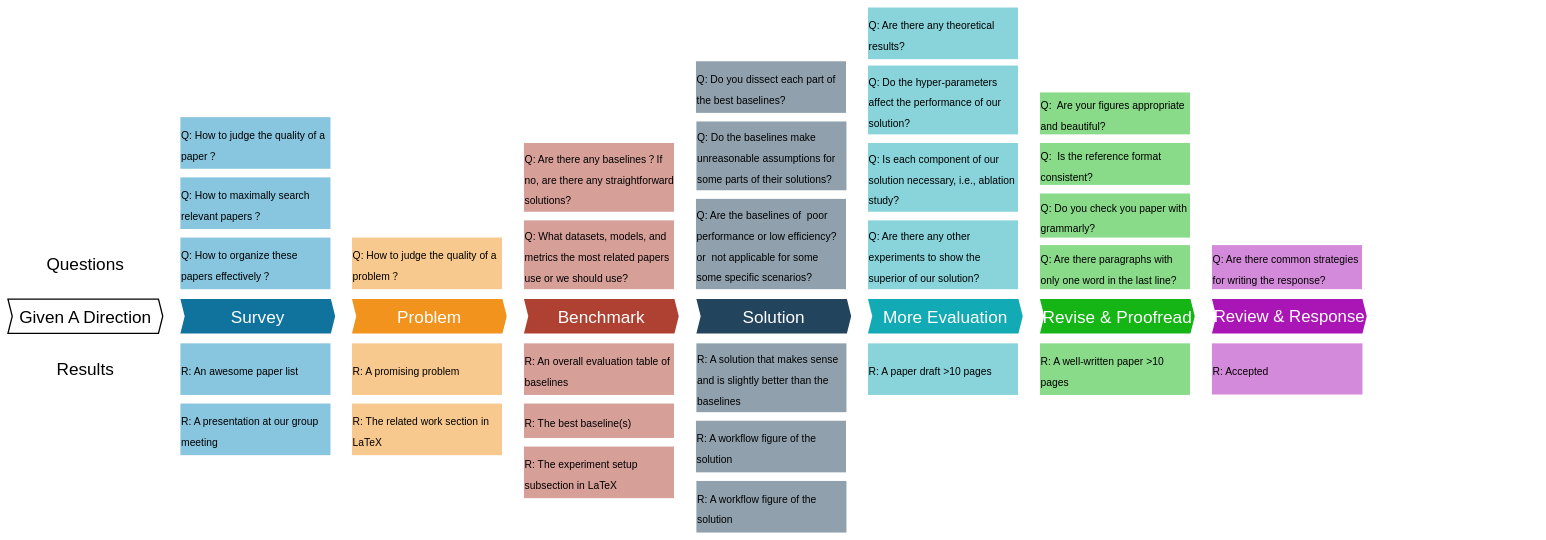
The draw.io diagram images/figure.drawio in csl-cqu/Research-Tutorial, before the edit. Source tidied: cells renumbered, new cells numbered last; positions are measured from the earlier drawing's top-left corner, leaving out a move shared by most shapes. Both pictures are drawn from the tidied source at 43%, with x=0, y=0 at pixel (8, 7).
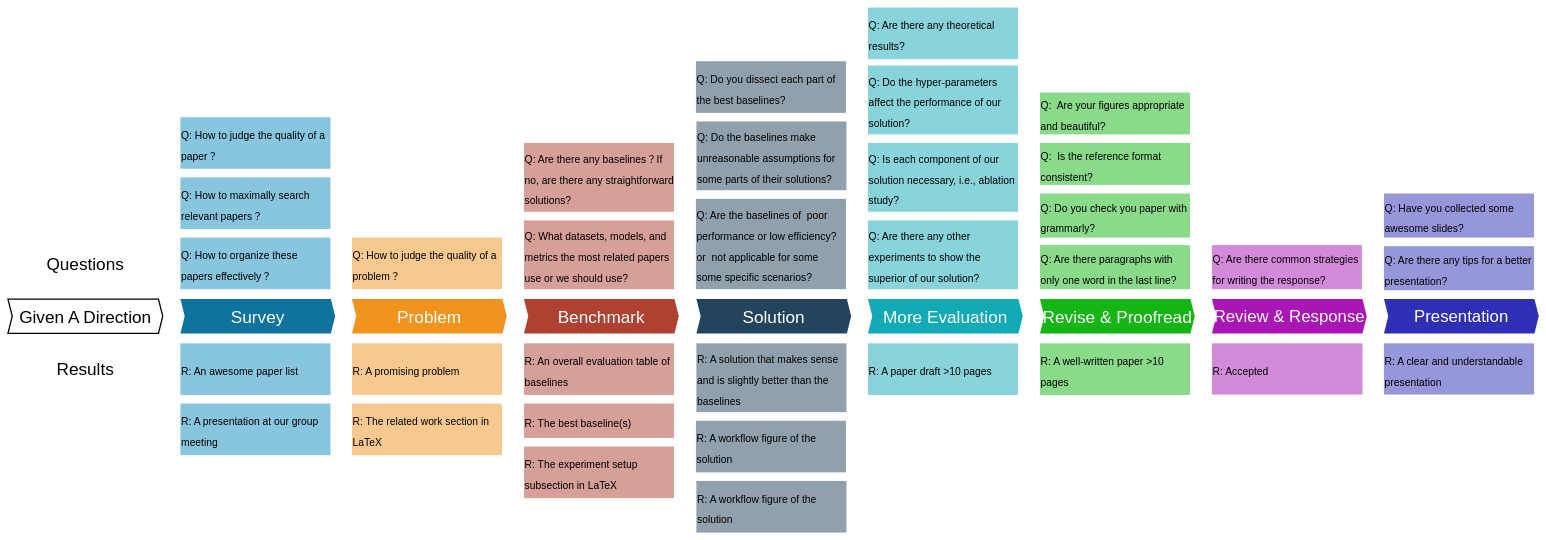
The same diagram, later.

Commit message (it also covers changes not shown here):
revise pipeline

The edit, as a diff of the source:
```diff
@@
+    <mxCell id="44" value="&lt;font style=&quot;font-size: 39px;&quot; color=&quot;#ffffff&quot;&gt;Presentation&lt;br&gt;&lt;/font&gt;" style="shape=step;perimeter=stepPerimeter;whiteSpace=wrap;html=1;fixedSize=1;size=10;direction=west;fillColor=#2F2FB5;strokeColor=none;rounded=0;flipH=1;flipV=0;sketch=0;shadow=0;rotation=0;" parent="1" vertex="1">
+      <mxGeometry x="3200" y="678" width="360" height="80" as="geometry" />
+    </mxCell>
+    <mxCell id="45" value="&lt;font style=&quot;font-size: 24px;&quot;&gt;Q: Have you collected some awesome slides?&lt;br&gt;&lt;/font&gt;" style="rounded=0;whiteSpace=wrap;html=1;shadow=0;sketch=0;fontSize=40;fontColor=#000000;strokeColor=none;strokeWidth=2;fillColor=#2F2FB5;opacity=50;align=left;" parent="1" vertex="1">
+      <mxGeometry x="3200" y="432.5" width="349" height="102.5" as="geometry" />
+    </mxCell>
+    <mxCell id="46" value="&lt;font style=&quot;font-size: 24px;&quot;&gt;Q: Are there any tips for a better presentation?&lt;br&gt;&lt;/font&gt;" style="rounded=0;whiteSpace=wrap;html=1;shadow=0;sketch=0;fontSize=40;fontColor=#000000;strokeColor=none;strokeWidth=2;fillColor=#2F2FB5;opacity=50;align=left;" parent="1" vertex="1">
+      <mxGeometry x="3200" y="555" width="349" height="102.5" as="geometry" />
+    </mxCell>
+    <mxCell id="47" value="&lt;font style=&quot;font-size: 24px;&quot;&gt;R: A clear and understandable presentation&amp;nbsp;&lt;br&gt;&lt;/font&gt;" style="rounded=0;whiteSpace=wrap;html=1;shadow=0;sketch=0;fontSize=40;fontColor=#000000;strokeColor=none;strokeWidth=2;fillColor=#2F2FB5;opacity=50;align=left;" parent="1" vertex="1">
+      <mxGeometry x="3200" y="781" width="349" height="119" as="geometry" />
+    </mxCell>
```
